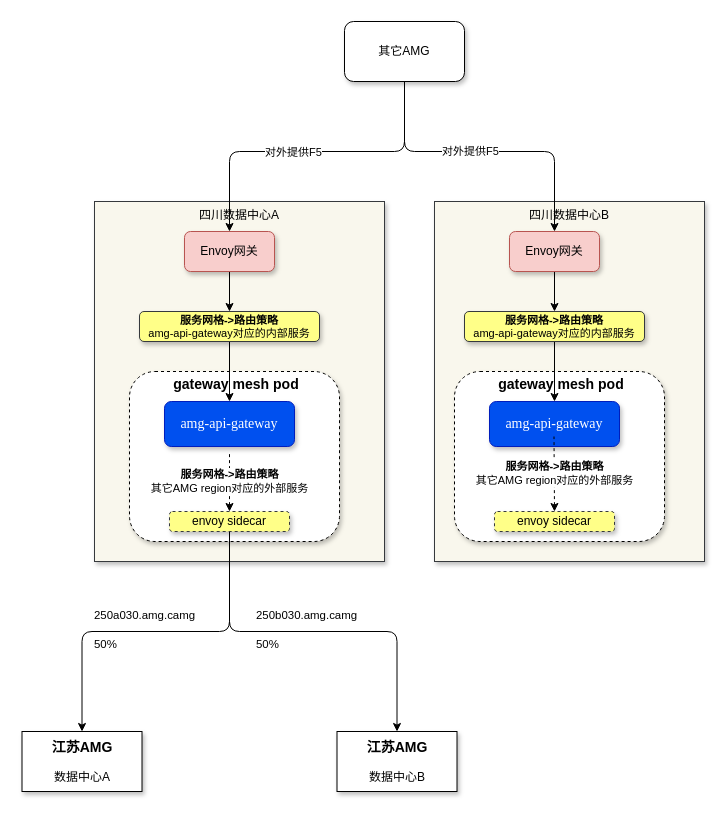
Above: page "CMG-AMG交互流程" (5 of 9) of 智慧中台AMG.drawio in qymmdj/draw-io (draw.io), before the change. Source tidied: cells renumbered, new cells numbered last; positions are measured from the earlier drawing's top-left corner, leaving out a move shared by most shapes. Both pictures are drawn from the tidied source at 100%, with x=0, y=0 at pixel (22, 21).
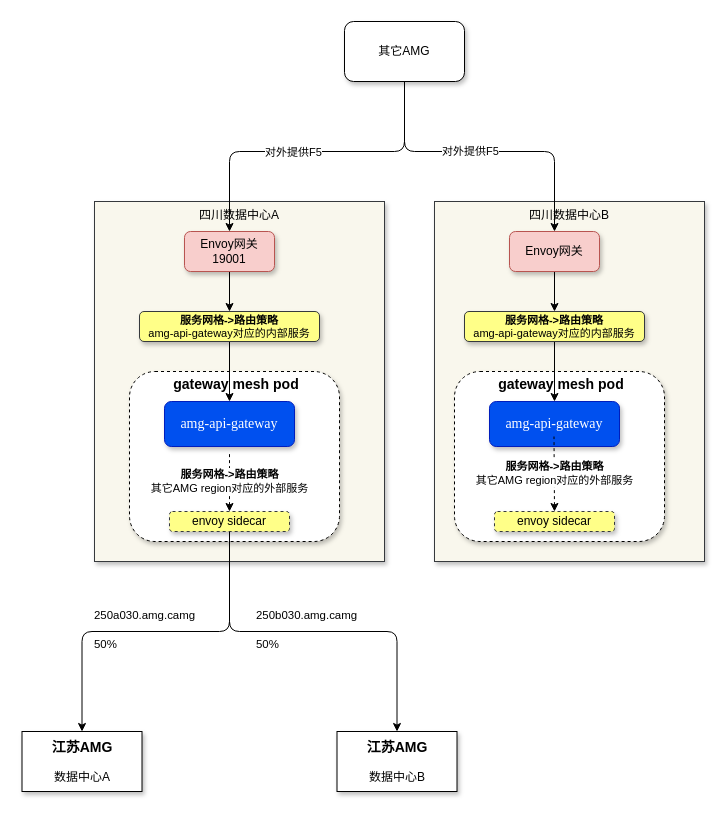
Above is the later version.

What changed in the source:
```diff
@@
-    <mxCell id="7" value="Envoy网关" style="rounded=1;whiteSpace=wrap;html=1;shadow=1;fillColor=#f8cecc;strokeColor=#b85450;" parent="1" vertex="1">
+    <mxCell id="7" value="Envoy网关&lt;br&gt;19001" style="rounded=1;whiteSpace=wrap;html=1;shadow=1;fillColor=#f8cecc;strokeColor=#b85450;" parent="1" vertex="1">
       <mxGeometry x="162" y="210" width="90" height="40" as="geometry" />
     </mxCell>
```
